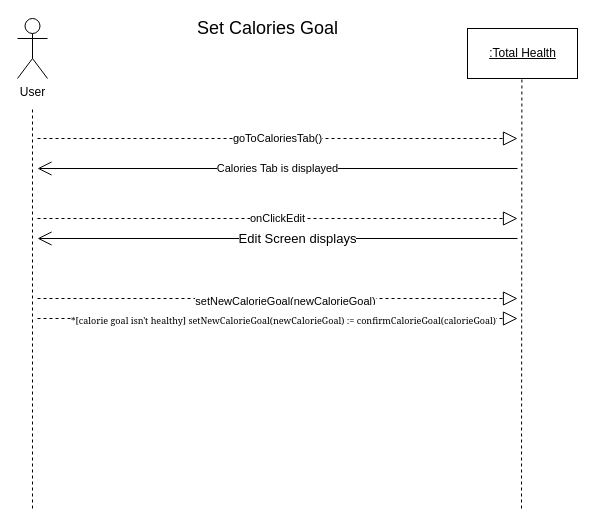
Before: SSD - Set Calories Goal.drawio in Esaied19/Team-Albatross, a draw.io diagram. Source tidied: cells renumbered, new cells numbered last; positions are measured from the earlier drawing's top-left corner, leaving out a move shared by most shapes. Both pictures are drawn from the tidied source at 100%, with x=0, y=0 at pixel (17, 18).
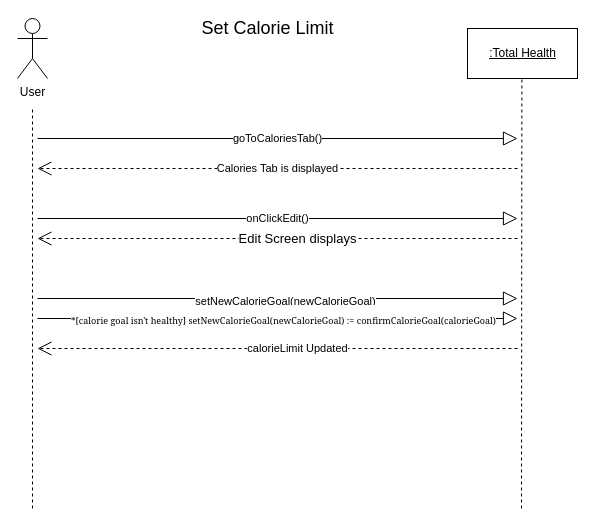
Above is the later version.

What changed in the source:
```diff
@@
-    <mxCell id="6" value="Calories Tab is displayed" style="endArrow=open;endFill=1;endSize=12;html=1;rounded=0;" parent="1" edge="1">
+    <mxCell id="6" value="Calories Tab is displayed" style="endArrow=open;endFill=1;endSize=12;html=1;rounded=0;dashed=1;" parent="1" edge="1">
       <mxGeometry relative="1" as="geometry">
         <mxPoint x="500" y="150" as="sourcePoint" />
         <mxPoint x="20" y="150" as="targetPoint" />
       </mxGeometry>
     </mxCell>
-    <mxCell id="7" value="goToCaloriesTab()" style="endArrow=block;dashed=1;endFill=0;endSize=12;html=1;rounded=0;" parent="1" edge="1">
+    <mxCell id="7" value="goToCaloriesTab()" style="endArrow=block;endFill=0;endSize=12;html=1;rounded=0;" parent="1" edge="1">
       <mxGeometry relative="1" as="geometry">
         <mxPoint x="20" y="120" as="sourcePoint" />
         <mxPoint x="500" y="120" as="targetPoint" />
       </mxGeometry>
     </mxCell>
-    <mxCell id="8" style="endArrow=open;endFill=1;endSize=12;html=1;rounded=0;" parent="1" edge="1">
+    <mxCell id="8" style="endArrow=open;endFill=1;endSize=12;html=1;rounded=0;dashed=1;" parent="1" edge="1">
       <mxGeometry relative="1" as="geometry">
         <mxPoint x="500" y="220" as="sourcePoint" />
         <mxPoint x="20" y="220" as="targetPoint" />
       </mxGeometry>
     </mxCell>
@@
-    <mxCell id="10" value="onClickEdit" style="endArrow=block;dashed=1;endFill=0;endSize=12;html=1;rounded=0;" parent="1" edge="1">
+    <mxCell id="10" value="onClickEdit()" style="endArrow=block;endFill=0;endSize=12;html=1;rounded=0;" parent="1" edge="1">
       <mxGeometry relative="1" as="geometry">
         <mxPoint x="20" y="200" as="sourcePoint" />
         <mxPoint x="500" y="200" as="targetPoint" />
       </mxGeometry>
     </mxCell>
-    <mxCell id="11" style="endArrow=block;dashed=1;endFill=0;endSize=12;html=1;rounded=0;" parent="1" edge="1">
+    <mxCell id="11" style="endArrow=block;endFill=0;endSize=12;html=1;rounded=0;" parent="1" edge="1">
       <mxGeometry relative="1" as="geometry">
         <mxPoint x="20" y="280" as="sourcePoint" />
         <mxPoint x="500" y="280" as="targetPoint" />
       </mxGeometry>
     </mxCell>
@@
-    <mxCell id="13" style="endArrow=block;dashed=1;endFill=0;endSize=12;html=1;rounded=0;" parent="1" edge="1">
+    <mxCell id="13" style="endArrow=block;endFill=0;endSize=12;html=1;rounded=0;" parent="1" edge="1">
       <mxGeometry relative="1" as="geometry">
         <mxPoint x="20" y="300" as="sourcePoint" />
         <mxPoint x="500" y="300" as="targetPoint" />
       </mxGeometry>
     </mxCell>
@@
-    <mxCell id="15" value="&lt;font style=&quot;font-size: 18px&quot;&gt;Set Calories Goal&lt;/font&gt;" style="text;html=1;align=center;verticalAlign=middle;fillColor=none;strokeColor=none;rounded=0;" parent="1" vertex="1">
-      <mxGeometry x="170" width="160" height="20" as="geometry" />
+    <mxCell id="15" value="&lt;font style=&quot;font-size: 18px&quot;&gt;Set Calorie Limit&lt;br&gt;&lt;/font&gt;" style="text;html=1;align=center;verticalAlign=middle;fillColor=none;strokeColor=none;rounded=0;" parent="1" vertex="1">
+      <mxGeometry x="175" width="150" height="20" as="geometry" />
     </mxCell>
+    <mxCell id="16" style="endArrow=open;endFill=1;endSize=12;html=1;rounded=0;dashed=1;" parent="1" edge="1">
+      <mxGeometry relative="1" as="geometry">
+        <mxPoint x="500" y="330" as="sourcePoint" />
+        <mxPoint x="20" y="330" as="targetPoint" />
+      </mxGeometry>
+    </mxCell>
+    <mxCell id="17" value="calorieLimit Updated" style="edgeLabel;html=1;align=center;verticalAlign=middle;" parent="16" vertex="1">
+      <mxGeometry x="-0.08" y="-1" relative="1" as="geometry" />
+    </mxCell>
```
